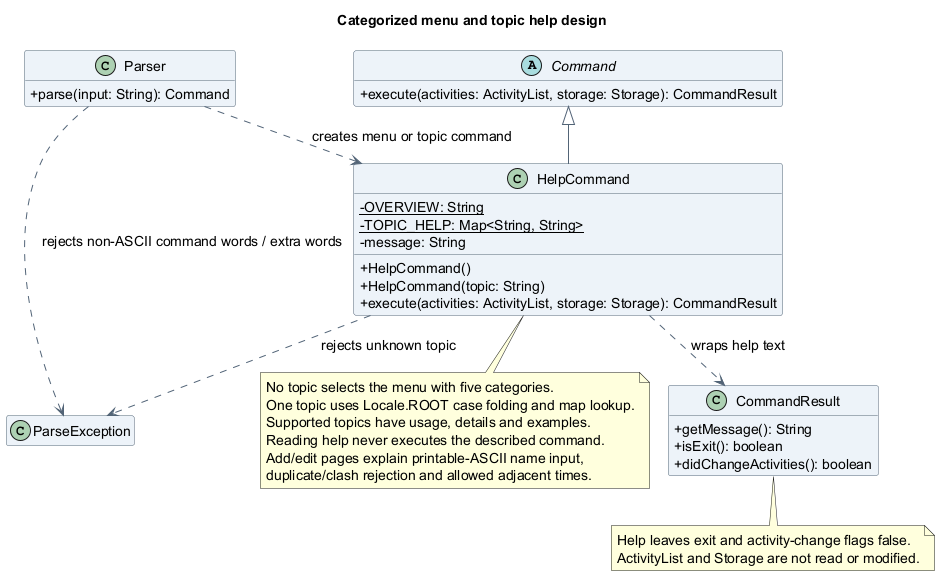
Above: docs/images/atharva/class/TopicHelpClassDiagram.png in AY2627S1-CS2113-T10-4/tp (PlantUML), before the change.
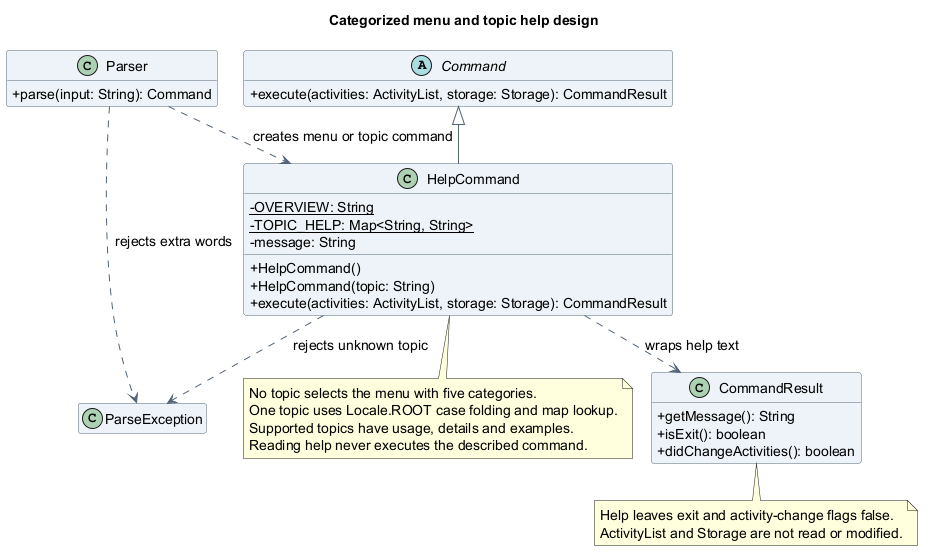
After the change.

What changed in the source:
```diff
@@ -34,7 +34,7 @@
 
 Command <|-- HelpCommand
 Parser ..> HelpCommand : creates menu or topic command
-Parser ..> ParseException : rejects non-ASCII command words / extra words
+Parser ..> ParseException : rejects extra words
 HelpCommand ..> ParseException : rejects unknown topic
 HelpCommand ..> CommandResult : wraps help text
 
@@ -43,8 +43,6 @@
   One topic uses Locale.ROOT case folding and map lookup.
   Supported topics have usage, details and examples.
   Reading help never executes the described command.
-  Add/edit pages explain printable-ASCII name input,
-  duplicate/clash rejection and allowed adjacent times.
 end note
 note bottom of CommandResult
   Help leaves exit and activity-change flags false.
```
